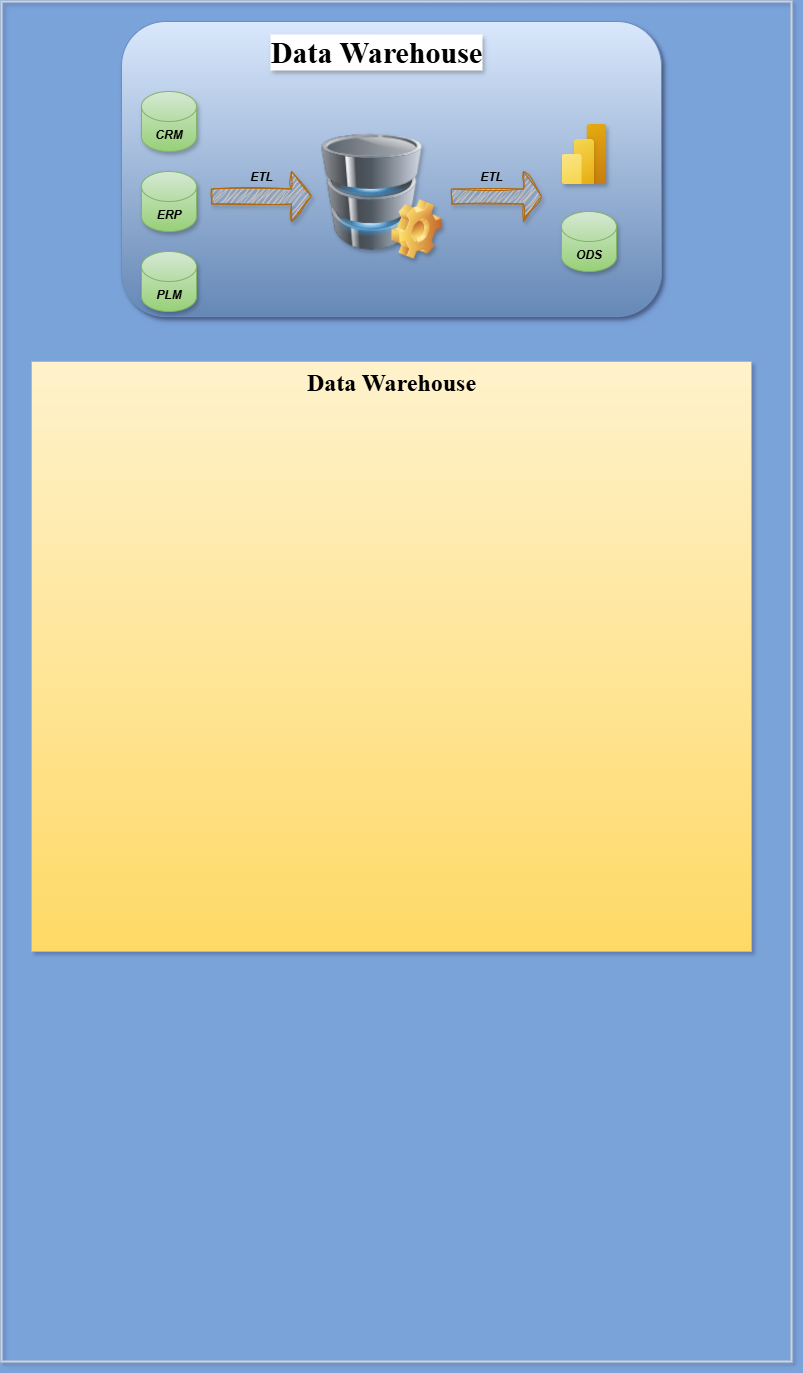
The draw.io diagram Data_Warehouse.drawio.png in adityaanand355/ad-data-docs, before a commit. Source tidied: cells renumbered, new cells last; positions are measured from the earlier drawing's top-left corner, leaving out a move shared by most shapes.
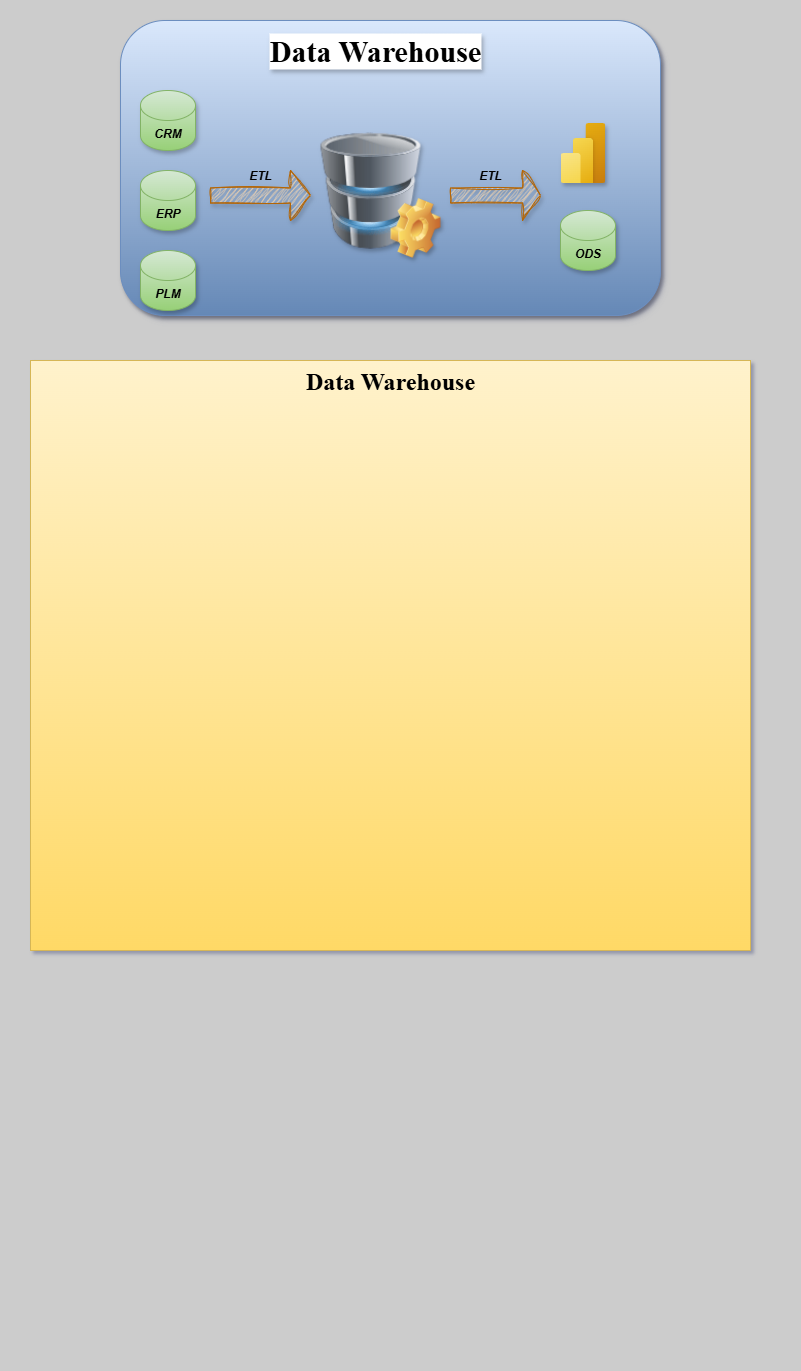
After the commit.

The edit, as a diff of the source:
```diff
@@ -1,4 +1,4 @@
-<mxGraphModel background="light-dark(#7AA3DA,#5E5B08)" shadow="1">
+<mxGraphModel background="light-dark(#CCCCCC,#5E5B08)" shadow="1">
   <root>
     <mxCell id="0" />
     <mxCell id="1" parent="0" />
@@ -44,7 +44,7 @@
     <mxCell id="15" value="&lt;h1 style=&quot;margin-top: 0px;&quot;&gt;&lt;font face=&quot;Times New Roman&quot;&gt;Data Warehouse&lt;/font&gt;&lt;/h1&gt;&lt;div&gt;&lt;br&gt;&lt;/div&gt;" style="text;html=1;whiteSpace=wrap;overflow=hidden;rounded=0;align=center;fillColor=#fff2cc;strokeColor=#d6b656;gradientColor=#ffd966;" parent="1" vertex="1">
       <mxGeometry x="30" y="360" width="720" height="590" as="geometry" />
     </mxCell>
-    <mxCell id="16" style="rounded=0;whiteSpace=wrap;html=1;fillColor=none;strokeColor=#d3d3d3;strokeWidth=2;" parent="1" vertex="1">
+    <mxCell id="16" style="rounded=0;whiteSpace=wrap;html=1;fillColor=none;strokeColor=none;strokeWidth=2;glass=0;shadow=0;" parent="1" vertex="1">
       <mxGeometry width="790" height="1360" as="geometry" />
     </mxCell>
   </root>
```
